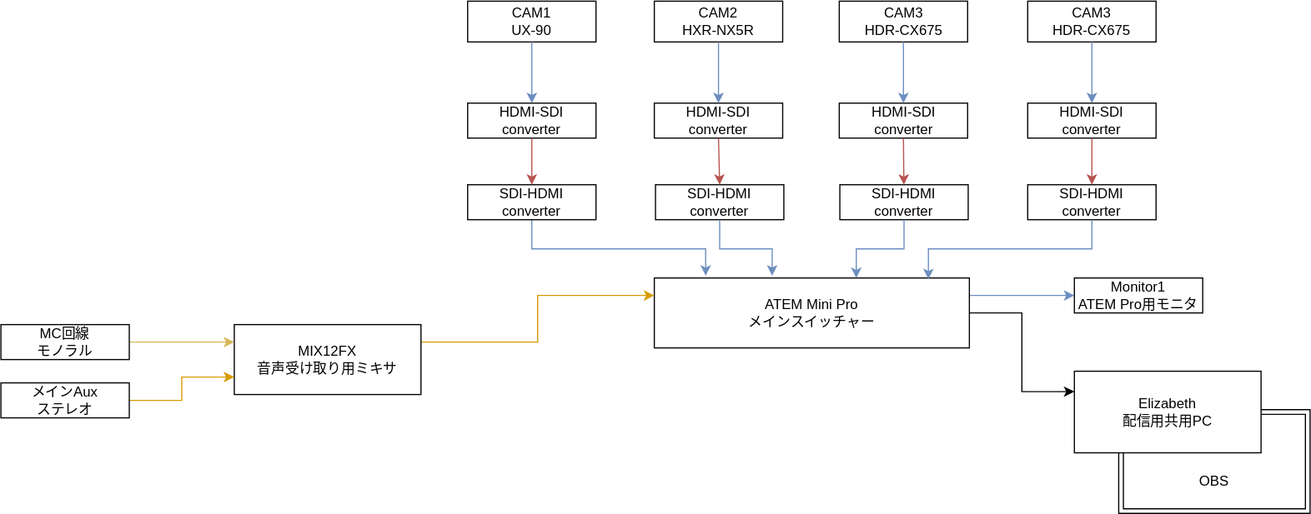
Earlier version of the draw.io export drawio-svg/jsys23-eizou-wiring.drawio.svg (dolceWFC/sohosai-eizou-live-wiring). Source tidied: cells renumbered, new cells last; positions are measured from the earlier drawing's top-left corner, leaving out a move shared by most shapes.
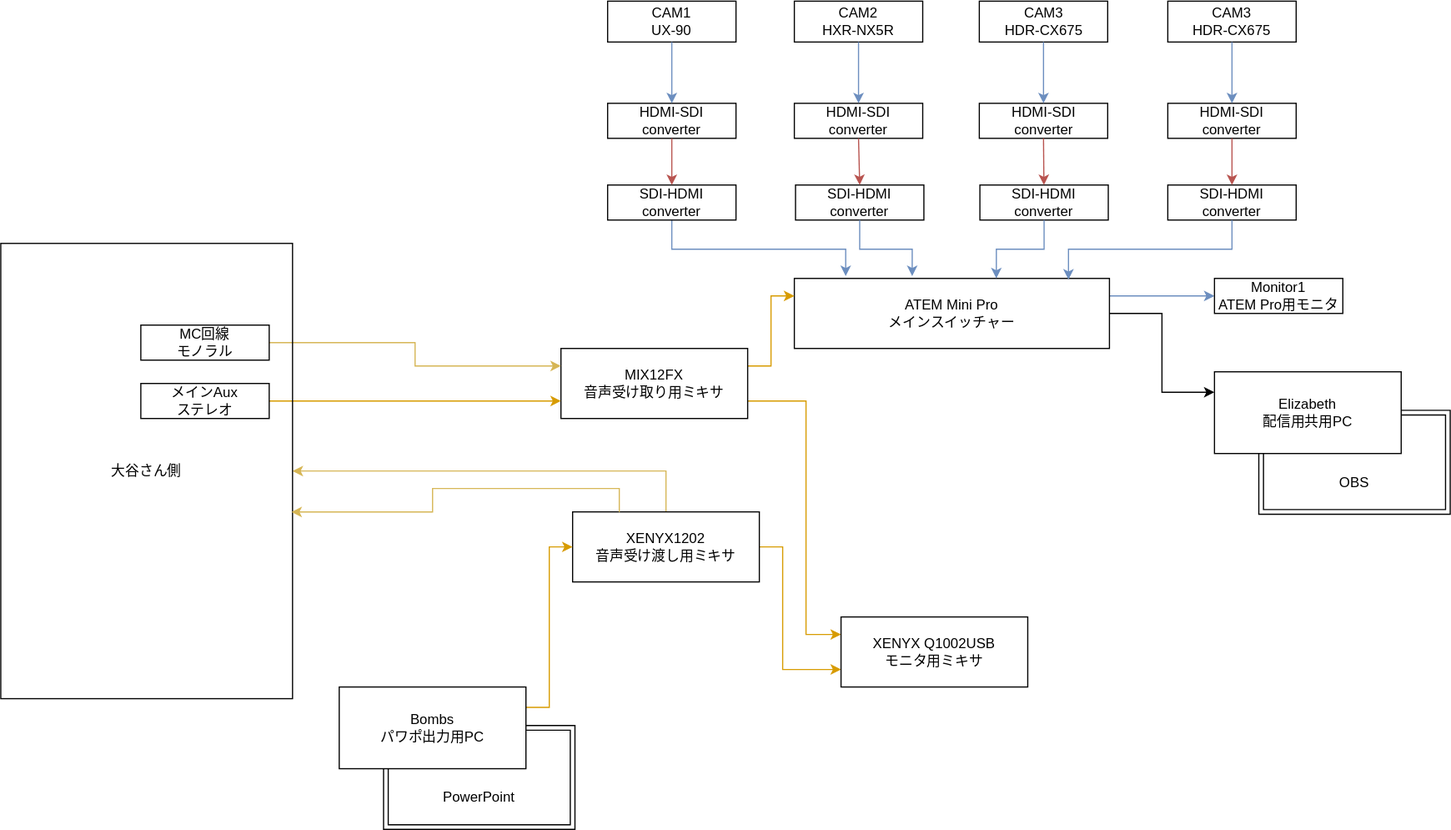
The same diagram one commit later.

Commit message:
jsys23-eizou-wiring.drawio.svg を更新します

Change to the diagram source:
```diff
@@ -104,8 +104,16 @@
     <mxCell id="33" style="edgeStyle=orthogonalEdgeStyle;rounded=0;jettySize=auto;html=1;exitX=1;exitY=0.25;exitDx=0;exitDy=0;entryX=0;entryY=0.25;entryDx=0;entryDy=0;fillColor=#ffe6cc;strokeColor=#d79b00;" parent="1" edge="1" source="34" target="25">
       <mxGeometry relative="1" as="geometry" />
     </mxCell>
+    <mxCell id="39" style="edgeStyle=orthogonalEdgeStyle;rounded=0;jettySize=auto;html=1;exitX=1;exitY=0.75;exitDx=0;exitDy=0;entryX=0;entryY=0.25;entryDx=0;entryDy=0;fillColor=#ffe6cc;strokeColor=#d79b00;" parent="1" edge="1" source="34" target="49">
+      <mxGeometry relative="1" as="geometry">
+        <Array as="points">
+          <mxPoint x="570" y="343" />
+          <mxPoint x="570" y="543" />
+        </Array>
+      </mxGeometry>
+    </mxCell>
     <mxCell id="34" value="MIX12FX&lt;br&gt;音声受け取り用ミキサ" style="text;html=1;strokeColor=default;fillColor=none;align=center;verticalAlign=middle;whiteSpace=wrap;rounded=0;" parent="1" vertex="1">
-      <mxGeometry x="200" y="278" width="160" height="60" as="geometry" />
+      <mxGeometry x="360" y="298" width="160" height="60" as="geometry" />
     </mxCell>
     <mxCell id="35" style="edgeStyle=orthogonalEdgeStyle;rounded=0;jettySize=auto;html=1;exitX=1;exitY=0.5;exitDx=0;exitDy=0;entryX=0;entryY=0.25;entryDx=0;entryDy=0;fillColor=#fff2cc;strokeColor=#d6b656;" parent="1" edge="1" source="36" target="34">
       <mxGeometry relative="1" as="geometry" />
@@ -119,5 +127,46 @@
     <mxCell id="38" value="メインAux&lt;br&gt;ステレオ" style="text;html=1;strokeColor=default;fillColor=none;align=center;verticalAlign=middle;whiteSpace=wrap;rounded=0;" parent="1" vertex="1">
       <mxGeometry y="328" width="110" height="30" as="geometry" />
     </mxCell>
+    <mxCell id="40" style="edgeStyle=orthogonalEdgeStyle;rounded=0;jettySize=auto;html=1;exitX=0.5;exitY=0;exitDx=0;exitDy=0;fillColor=#fff2cc;strokeColor=#d6b656;" parent="1" edge="1" source="42" target="47">
+      <mxGeometry relative="1" as="geometry" />
+    </mxCell>
+    <mxCell id="41" style="edgeStyle=orthogonalEdgeStyle;rounded=0;jettySize=auto;html=1;exitX=1;exitY=0.5;exitDx=0;exitDy=0;entryX=0;entryY=0.75;entryDx=0;entryDy=0;fillColor=#ffe6cc;strokeColor=#d79b00;" parent="1" edge="1" source="42" target="49">
+      <mxGeometry relative="1" as="geometry">
+        <Array as="points">
+          <mxPoint x="550" y="468" />
+          <mxPoint x="550" y="573" />
+        </Array>
+      </mxGeometry>
+    </mxCell>
+    <mxCell id="42" value="XENYX1202&lt;br&gt;音声受け渡し用ミキサ" style="text;html=1;strokeColor=default;fillColor=none;align=center;verticalAlign=middle;whiteSpace=wrap;rounded=0;" parent="1" vertex="1">
+      <mxGeometry x="370" y="438" width="160" height="60" as="geometry" />
+    </mxCell>
+    <mxCell id="43" style="edgeStyle=orthogonalEdgeStyle;rounded=0;jettySize=auto;html=1;exitX=1;exitY=0.25;exitDx=0;exitDy=0;entryX=0;entryY=0.5;entryDx=0;entryDy=0;fillColor=#ffe6cc;strokeColor=#d79b00;" parent="1" edge="1" source="44" target="42">
+      <mxGeometry relative="1" as="geometry" />
+    </mxCell>
+    <mxCell id="44" value="Bombs&lt;br&gt;パワポ出力用PC" style="text;html=1;strokeColor=default;fillColor=none;align=center;verticalAlign=middle;whiteSpace=wrap;rounded=0;" parent="1" vertex="1">
+      <mxGeometry x="170" y="588" width="160" height="70" as="geometry" />
+    </mxCell>
+    <mxCell id="45" style="edgeStyle=orthogonalEdgeStyle;rounded=0;orthogonalLoop=1;jettySize=auto;html=1;exitX=0.25;exitY=1;exitDx=0;exitDy=0;entryX=1;entryY=0.5;entryDx=0;entryDy=0;shape=link;" parent="1" edge="1" source="44" target="44">
+      <mxGeometry relative="1" as="geometry">
+        <Array as="points">
+          <mxPoint x="210" y="708" />
+          <mxPoint x="370" y="708" />
+          <mxPoint x="370" y="623" />
+        </Array>
+      </mxGeometry>
+    </mxCell>
+    <mxCell id="46" value="PowerPoint" style="text;html=1;strokeColor=none;fillColor=none;align=center;verticalAlign=middle;whiteSpace=wrap;rounded=0;" parent="1" vertex="1">
+      <mxGeometry x="260" y="668" width="60" height="30" as="geometry" />
+    </mxCell>
+    <mxCell id="47" value="大谷さん側" style="text;html=1;strokeColor=default;fillColor=none;align=center;verticalAlign=middle;whiteSpace=wrap;rounded=0;" parent="1" vertex="1">
+      <mxGeometry x="-120" y="208" width="250" height="390" as="geometry" />
+    </mxCell>
+    <mxCell id="48" style="edgeStyle=orthogonalEdgeStyle;rounded=0;jettySize=auto;html=1;exitX=0.25;exitY=0;exitDx=0;exitDy=0;entryX=0.996;entryY=0.59;entryDx=0;entryDy=0;entryPerimeter=0;fillColor=#fff2cc;strokeColor=#d6b656;" parent="1" edge="1" source="42" target="47">
+      <mxGeometry relative="1" as="geometry" />
+    </mxCell>
+    <mxCell id="49" value="XENYX Q1002USB&lt;br&gt;モニタ用ミキサ" style="text;html=1;strokeColor=default;fillColor=none;align=center;verticalAlign=middle;whiteSpace=wrap;rounded=0;" parent="1" vertex="1">
+      <mxGeometry x="600" y="528" width="160" height="60" as="geometry" />
+    </mxCell>
   </root>
 </mxGraphModel>
```
